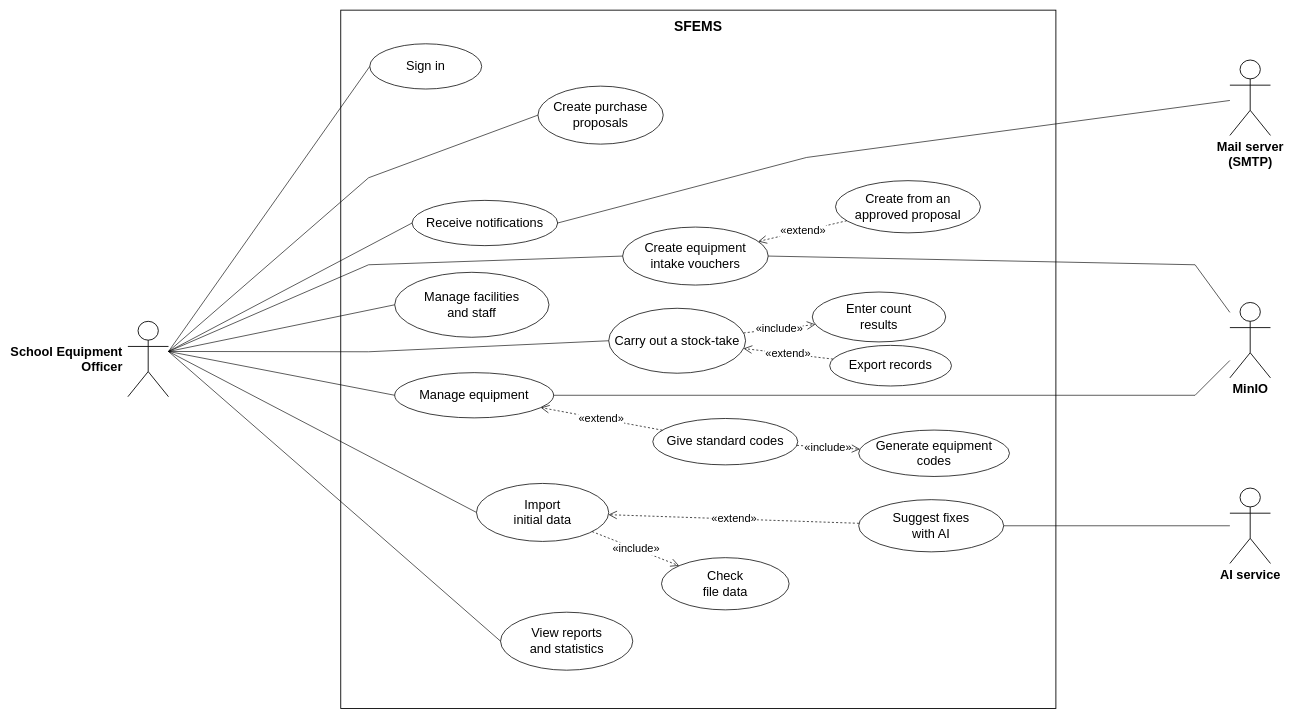
LuuDong2004/SEP490_G123_SFEMS keeps this draw.io diagram as docs/ENG/diagram/Report 3/05 Use case/06 School Equipment Officer.drawio. Above is the earlier version. Source tidied: cells renumbered, new cells numbered last; positions are measured from the earlier drawing's top-left corner, leaving out a move shared by most shapes. Both pictures are drawn from the tidied source at 58%, with x=0, y=0 at pixel (128, 10).
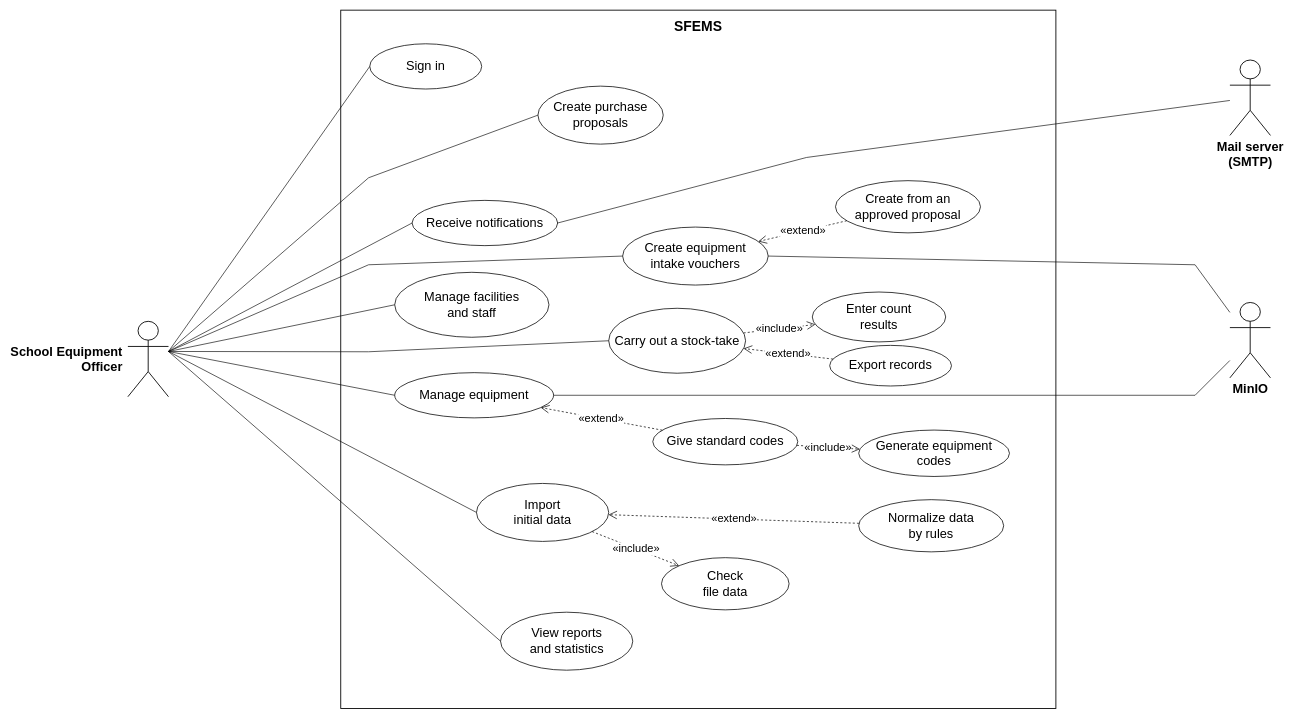
Above is the later version.

Change to the diagram source:
```diff
@@
-    <mxCell id="28" value="AI service" style="shape=umlActor;verticalLabelPosition=bottom;verticalAlign=top;html=1;outlineConnect=0;fontSize=22;fontStyle=1;fontFamily=Arial;strokeWidth=1.5;" parent="1" vertex="1">
-      <mxGeometry x="1900" y="824" width="70" height="130" as="geometry" />
-    </mxCell>
-    <mxCell id="29" style="endArrow=none;html=1;rounded=0;strokeWidth=1.1;strokeColor=#000000;entryX=1;entryY=0.5;entryDx=0;entryDy=0;" parent="1" edge="1" source="28" target="34">
-      <mxGeometry relative="1" as="geometry" />
-    </mxCell>
@@
-    <mxCell id="34" value="Suggest fixes&lt;br&gt;with AI" style="ellipse;whiteSpace=wrap;html=1;fillColor=#FFFFFF;strokeColor=#000000;strokeWidth=1.3;fontSize=22;fontFamily=Arial;" parent="1" vertex="1">
+    <mxCell id="34" value="Normalize data&lt;br&gt;by rules" style="ellipse;whiteSpace=wrap;html=1;fillColor=#FFFFFF;strokeColor=#000000;strokeWidth=1.3;fontSize=22;fontFamily=Arial;" parent="1" vertex="1">
       <mxGeometry x="1260" y="844" width="250" height="90" as="geometry" />
     </mxCell>
```
